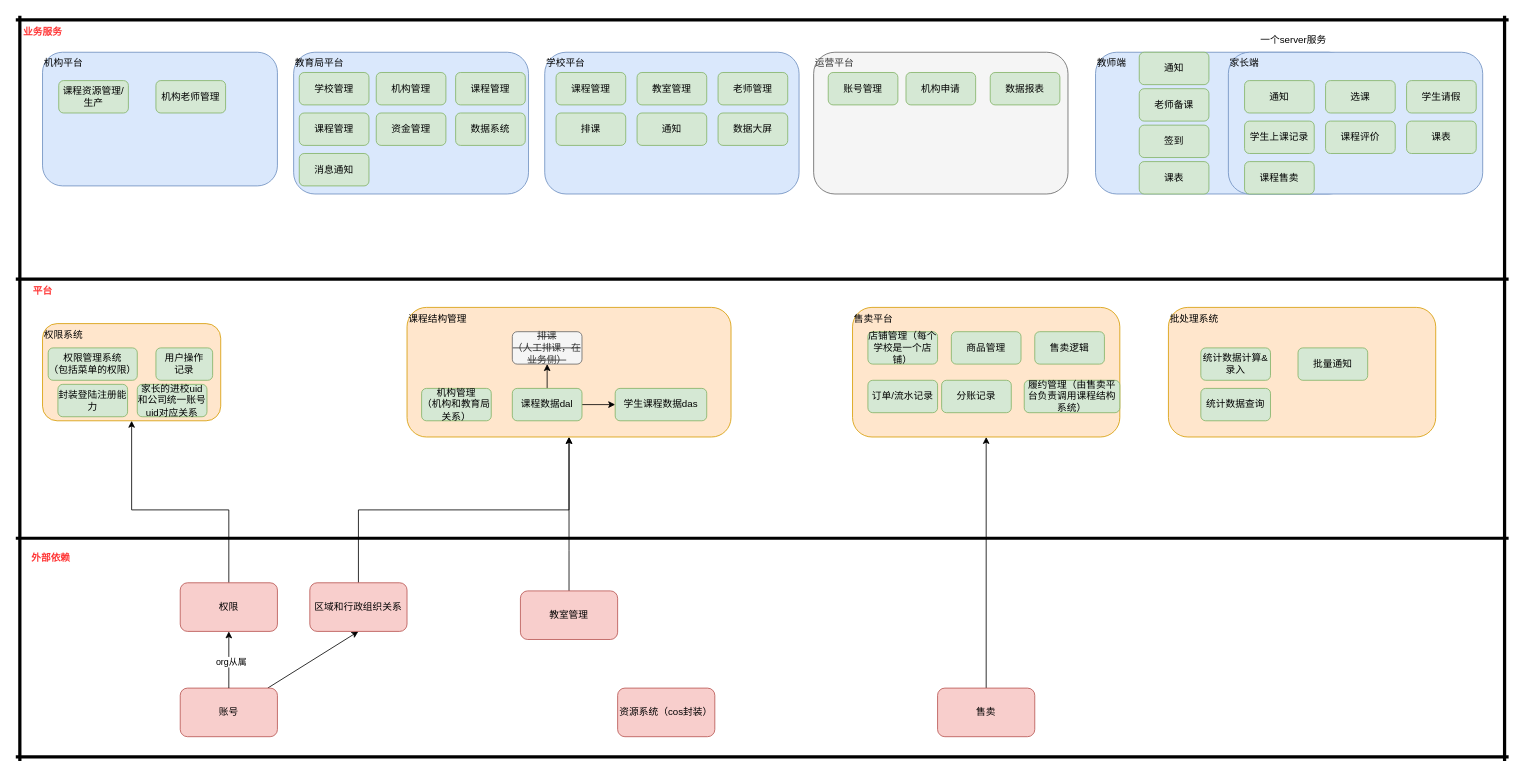
Before: 330-组织架构.drawio in wgyuuu/flow_chart, a draw.io diagram. Source tidied: cells renumbered, new cells numbered last; positions are measured from the earlier drawing's top-left corner, leaving out a move shared by most shapes. Both pictures are drawn from the tidied source at 81%, with x=0, y=0 at pixel (15, 15).
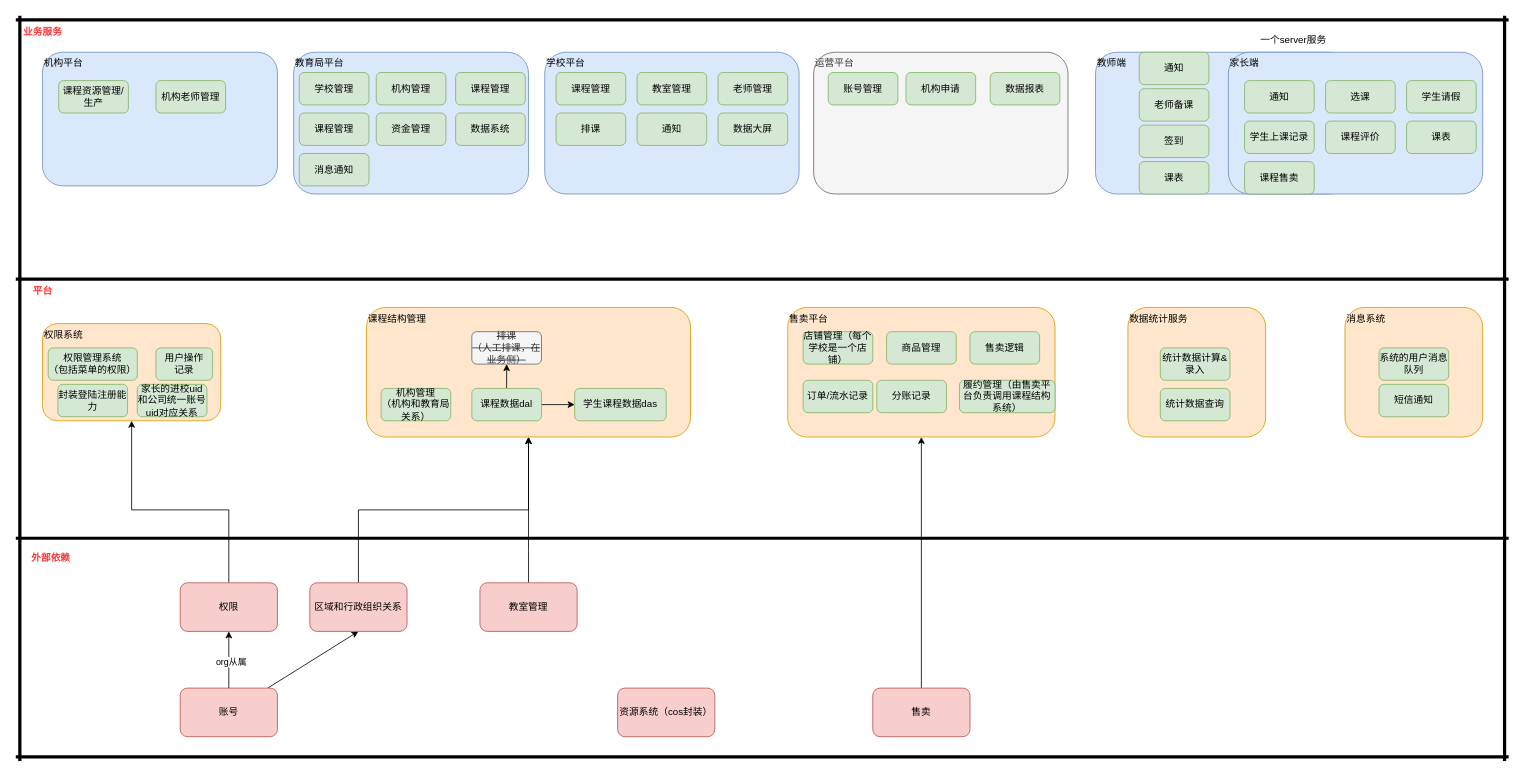
Above is the later version.

Diff of the diagram source:
```diff
@@
     <mxCell id="11" value="课程结构管理" style="rounded=1;whiteSpace=wrap;html=1;verticalAlign=top;align=left;fillColor=#ffe6cc;strokeColor=#d79b00;" parent="1" vertex="1">
-      <mxGeometry x="483" y="360" width="400" height="160" as="geometry" />
+      <mxGeometry x="433" y="360" width="400" height="160" as="geometry" />
     </mxCell>
@@
     <mxCell id="15" value="课程数据dal" style="rounded=1;whiteSpace=wrap;html=1;align=center;verticalAlign=middle;fillColor=#d5e8d4;strokeColor=#82b366;" parent="1" vertex="1">
-      <mxGeometry x="613" y="460" width="86" height="40" as="geometry" />
+      <mxGeometry x="563" y="460" width="86" height="40" as="geometry" />
     </mxCell>
     <mxCell id="16" value="学生课程数据das" style="rounded=1;whiteSpace=wrap;html=1;align=center;verticalAlign=middle;fillColor=#d5e8d4;strokeColor=#82b366;" parent="1" vertex="1">
-      <mxGeometry x="740" y="460" width="113" height="40" as="geometry" />
+      <mxGeometry x="690" y="460" width="113" height="40" as="geometry" />
     </mxCell>
     <mxCell id="17" value="&lt;strike&gt;排课&lt;br&gt;（人工排课，在业务侧）&lt;/strike&gt;" style="rounded=1;whiteSpace=wrap;html=1;align=center;verticalAlign=middle;fillColor=#f5f5f5;strokeColor=#666666;fontColor=#333333;" parent="1" vertex="1">
-      <mxGeometry x="613" y="390" width="86" height="40" as="geometry" />
+      <mxGeometry x="563" y="390" width="86" height="40" as="geometry" />
     </mxCell>
@@
     <mxCell id="24" value="售卖" style="rounded=1;whiteSpace=wrap;html=1;align=center;verticalAlign=middle;fillColor=#f8cecc;strokeColor=#b85450;" parent="1" vertex="1">
-      <mxGeometry x="1138" y="830" width="120" height="60" as="geometry" />
+      <mxGeometry x="1058" y="830" width="120" height="60" as="geometry" />
     </mxCell>
     <mxCell id="25" value="售卖平台" style="rounded=1;whiteSpace=wrap;html=1;verticalAlign=top;align=left;fillColor=#ffe6cc;strokeColor=#d79b00;" parent="1" vertex="1">
-      <mxGeometry x="1033" y="360" width="330" height="160" as="geometry" />
+      <mxGeometry x="953" y="360" width="330" height="160" as="geometry" />
     </mxCell>
     <mxCell id="26" value="店铺管理（每个学校是一个店铺）" style="rounded=1;whiteSpace=wrap;html=1;align=center;verticalAlign=middle;fillColor=#d5e8d4;strokeColor=#82b366;" parent="1" vertex="1">
-      <mxGeometry x="1052" y="390" width="86" height="40" as="geometry" />
+      <mxGeometry x="972" y="390" width="86" height="40" as="geometry" />
     </mxCell>
     <mxCell id="27" value="商品管理" style="rounded=1;whiteSpace=wrap;html=1;align=center;verticalAlign=middle;fillColor=#d5e8d4;strokeColor=#82b366;" parent="1" vertex="1">
-      <mxGeometry x="1155" y="390" width="86" height="40" as="geometry" />
+      <mxGeometry x="1075" y="390" width="86" height="40" as="geometry" />
     </mxCell>
     <mxCell id="28" value="售卖逻辑" style="rounded=1;whiteSpace=wrap;html=1;align=center;verticalAlign=middle;fillColor=#d5e8d4;strokeColor=#82b366;" parent="1" vertex="1">
-      <mxGeometry x="1258" y="390" width="86" height="40" as="geometry" />
+      <mxGeometry x="1178" y="390" width="86" height="40" as="geometry" />
     </mxCell>
     <mxCell id="29" value="订单/流水记录" style="rounded=1;whiteSpace=wrap;html=1;align=center;verticalAlign=middle;fillColor=#d5e8d4;strokeColor=#82b366;" parent="1" vertex="1">
-      <mxGeometry x="1052" y="450" width="86" height="40" as="geometry" />
+      <mxGeometry x="972" y="450" width="86" height="40" as="geometry" />
     </mxCell>
     <mxCell id="30" value="履约管理（由售卖平台负责调用课程结构系统）" style="rounded=1;whiteSpace=wrap;html=1;align=center;verticalAlign=middle;fillColor=#d5e8d4;strokeColor=#82b366;" parent="1" vertex="1">
-      <mxGeometry x="1245" y="450" width="118" height="40" as="geometry" />
+      <mxGeometry x="1165" y="450" width="118" height="40" as="geometry" />
     </mxCell>
@@
     <mxCell id="35" value="分账记录" style="rounded=1;whiteSpace=wrap;html=1;align=center;verticalAlign=middle;fillColor=#d5e8d4;strokeColor=#82b366;" parent="1" vertex="1">
-      <mxGeometry x="1143" y="450" width="86" height="40" as="geometry" />
+      <mxGeometry x="1063" y="450" width="86" height="40" as="geometry" />
     </mxCell>
@@
-    <mxCell id="38" value="批处理系统" style="rounded=1;whiteSpace=wrap;html=1;verticalAlign=top;align=left;fillColor=#ffe6cc;strokeColor=#d79b00;" parent="1" vertex="1">
-      <mxGeometry x="1423" y="360" width="330" height="160" as="geometry" />
+    <mxCell id="38" value="数据统计服务" style="rounded=1;whiteSpace=wrap;html=1;verticalAlign=top;align=left;fillColor=#ffe6cc;strokeColor=#d79b00;" parent="1" vertex="1">
+      <mxGeometry x="1373" y="360" width="170" height="160" as="geometry" />
     </mxCell>
     <mxCell id="39" value="统计数据计算&amp;amp;录入" style="rounded=1;whiteSpace=wrap;html=1;align=center;verticalAlign=middle;fillColor=#d5e8d4;strokeColor=#82b366;" parent="1" vertex="1">
-      <mxGeometry x="1463" y="410" width="86" height="40" as="geometry" />
+      <mxGeometry x="1413" y="410" width="86" height="40" as="geometry" />
     </mxCell>
@@
     <mxCell id="75" value="统计数据查询" style="rounded=1;whiteSpace=wrap;html=1;align=center;verticalAlign=middle;fillColor=#d5e8d4;strokeColor=#82b366;" parent="1" vertex="1">
-      <mxGeometry x="1463" y="460" width="86" height="40" as="geometry" />
+      <mxGeometry x="1413" y="460" width="86" height="40" as="geometry" />
     </mxCell>
@@
     <mxCell id="77" value="机构管理&lt;br&gt;（机构和教育局关系）" style="rounded=1;whiteSpace=wrap;html=1;align=center;verticalAlign=middle;fillColor=#d5e8d4;strokeColor=#82b366;" parent="1" vertex="1">
-      <mxGeometry x="501" y="460" width="86" height="40" as="geometry" />
+      <mxGeometry x="451" y="460" width="86" height="40" as="geometry" />
     </mxCell>
@@
     <mxCell id="79" style="edgeStyle=orthogonalEdgeStyle;rounded=0;jettySize=auto;html=1;entryX=0.5;entryY=1;entryDx=0;entryDy=0;exitX=0.5;exitY=0;exitDx=0;exitDy=0;" parent="1" edge="1" source="80" target="11">
       <mxGeometry relative="1" as="geometry">
         <Array as="points">
-          <mxPoint x="683" y="660" />
-          <mxPoint x="683" y="660" />
+          <mxPoint x="633" y="660" />
+          <mxPoint x="633" y="660" />
         </Array>
       </mxGeometry>
     </mxCell>
     <mxCell id="80" value="教室管理" style="rounded=1;whiteSpace=wrap;html=1;fillColor=#f8cecc;strokeColor=#b85450;" parent="1" vertex="1">
-      <mxGeometry x="623" y="710" width="120" height="60" as="geometry" />
+      <mxGeometry x="573" y="700" width="120" height="60" as="geometry" />
     </mxCell>
@@
-    <mxCell id="82" value="批量通知" style="rounded=1;whiteSpace=wrap;html=1;align=center;verticalAlign=middle;fillColor=#d5e8d4;strokeColor=#82b366;" parent="1" vertex="1">
-      <mxGeometry x="1583" y="410" width="86" height="40" as="geometry" />
-    </mxCell>
+    <mxCell id="83" value="消息系统" style="rounded=1;whiteSpace=wrap;html=1;verticalAlign=top;align=left;fillColor=#ffe6cc;strokeColor=#d79b00;" parent="1" vertex="1">
+      <mxGeometry x="1641" y="360" width="170" height="160" as="geometry" />
+    </mxCell>
+    <mxCell id="84" value="系统的用户消息队列" style="rounded=1;whiteSpace=wrap;html=1;align=center;verticalAlign=middle;fillColor=#d5e8d4;strokeColor=#82b366;" parent="1" vertex="1">
+      <mxGeometry x="1683" y="410" width="86" height="40" as="geometry" />
+    </mxCell>
+    <mxCell id="85" value="短信通知" style="rounded=1;whiteSpace=wrap;html=1;align=center;verticalAlign=middle;fillColor=#d5e8d4;strokeColor=#82b366;" parent="1" vertex="1">
+      <mxGeometry x="1683" y="455" width="86" height="40" as="geometry" />
+    </mxCell>
```
